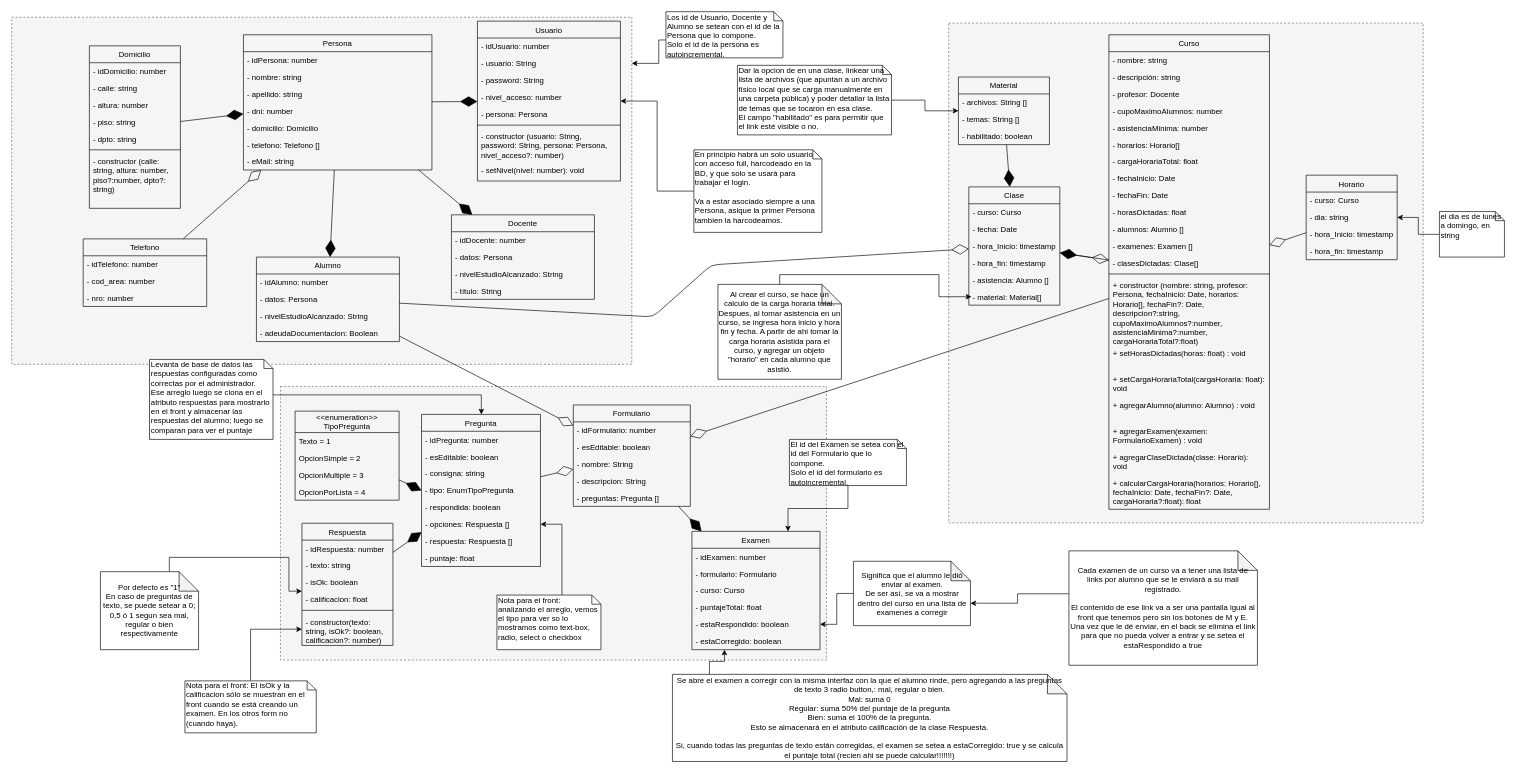
mariela21180/institucional-cfp keeps this draw.io diagram as - UML/diagrama_proyecto_final.drawio. Above is the earlier version. Source tidied: cells renumbered, new cells numbered last; positions are measured from the earlier drawing's top-left corner, leaving out a move shared by most shapes. Both pictures are drawn from the tidied source at 65%, with x=0, y=0 at pixel (12, 11).
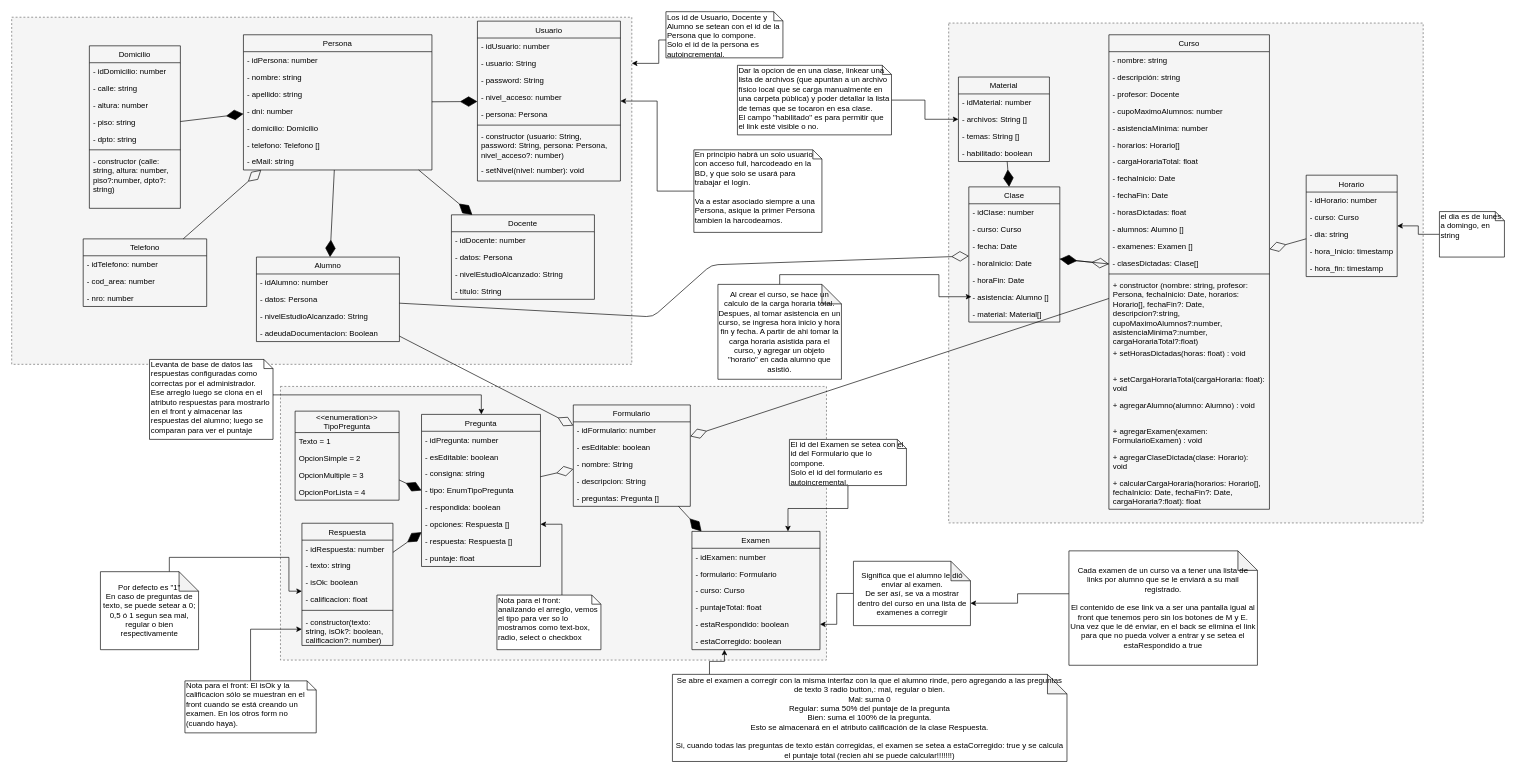
The same page after the edit.

Commit message:
#1 Se agregó id en material, clase y horario

The edit, as a diff of the source:
```diff
@@
     <mxCell id="72" value="Clase" style="swimlane;fontStyle=0;horizontal=1;startSize=26;fillColor=none;" parent="1" vertex="1">
-      <mxGeometry x="1472" y="270" width="140" height="182" as="geometry" />
+      <mxGeometry x="1472" y="270" width="140" height="208" as="geometry" />
     </mxCell>
+    <mxCell id="158" value="- idClase: number" style="text;strokeColor=none;fillColor=none;align=left;verticalAlign=top;spacingLeft=4;spacingRight=4;overflow=hidden;" parent="72" vertex="1">
+      <mxGeometry y="26" width="140" height="26" as="geometry" />
+    </mxCell>
     <mxCell id="73" value="- curso: Curso" style="text;strokeColor=none;fillColor=none;align=left;verticalAlign=top;spacingLeft=4;spacingRight=4;overflow=hidden;" parent="72" vertex="1">
-      <mxGeometry y="26" width="140" height="26" as="geometry" />
+      <mxGeometry y="52" width="140" height="26" as="geometry" />
     </mxCell>
     <mxCell id="74" value="- fecha: Date" style="text;strokeColor=none;fillColor=none;align=left;verticalAlign=top;spacingLeft=4;spacingRight=4;overflow=hidden;" parent="72" vertex="1">
-      <mxGeometry y="52" width="140" height="26" as="geometry" />
+      <mxGeometry y="78" width="140" height="26" as="geometry" />
     </mxCell>
-    <mxCell id="75" value="- hora_Inicio: timestamp" style="text;strokeColor=none;fillColor=none;align=left;verticalAlign=top;spacingLeft=4;spacingRight=4;overflow=hidden;" parent="72" vertex="1">
-      <mxGeometry y="78" width="140" height="26" as="geometry" />
+    <mxCell id="75" value="- horaInicio: Date" style="text;strokeColor=none;fillColor=none;align=left;verticalAlign=top;spacingLeft=4;spacingRight=4;overflow=hidden;" parent="72" vertex="1">
+      <mxGeometry y="104" width="140" height="26" as="geometry" />
     </mxCell>
-    <mxCell id="76" value="- hora_fin: timestamp" style="text;strokeColor=none;fillColor=none;align=left;verticalAlign=top;spacingLeft=4;spacingRight=4;overflow=hidden;" parent="72" vertex="1">
-      <mxGeometry y="104" width="140" height="26" as="geometry" />
+    <mxCell id="76" value="- horaFin: Date" style="text;strokeColor=none;fillColor=none;align=left;verticalAlign=top;spacingLeft=4;spacingRight=4;overflow=hidden;" parent="72" vertex="1">
+      <mxGeometry y="130" width="140" height="26" as="geometry" />
     </mxCell>
     <mxCell id="77" value="- asistencia: Alumno []" style="text;strokeColor=none;fillColor=none;align=left;verticalAlign=top;spacingLeft=4;spacingRight=4;overflow=hidden;" parent="72" vertex="1">
-      <mxGeometry y="130" width="140" height="26" as="geometry" />
+      <mxGeometry y="156" width="140" height="26" as="geometry" />
     </mxCell>
     <mxCell id="78" value="- material: Material[]" style="text;strokeColor=none;fillColor=none;align=left;verticalAlign=top;spacingLeft=4;spacingRight=4;overflow=hidden;" parent="72" vertex="1">
-      <mxGeometry y="156" width="140" height="26" as="geometry" />
+      <mxGeometry y="182" width="140" height="26" as="geometry" />
     </mxCell>
@@
     <mxCell id="110" value="Horario" style="swimlane;fontStyle=0;horizontal=1;startSize=26;fillColor=none;" parent="1" vertex="1">
-      <mxGeometry x="1991" y="252" width="140" height="130" as="geometry" />
+      <mxGeometry x="1991" y="252" width="140" height="156" as="geometry" />
     </mxCell>
+    <mxCell id="159" value="- idHorario: number" style="text;strokeColor=none;fillColor=none;align=left;verticalAlign=top;spacingLeft=4;spacingRight=4;overflow=hidden;" parent="110" vertex="1">
+      <mxGeometry y="26" width="140" height="26" as="geometry" />
+    </mxCell>
     <mxCell id="111" value="- curso: Curso" style="text;strokeColor=none;fillColor=none;align=left;verticalAlign=top;spacingLeft=4;spacingRight=4;overflow=hidden;" parent="110" vertex="1">
-      <mxGeometry y="26" width="140" height="26" as="geometry" />
+      <mxGeometry y="52" width="140" height="26" as="geometry" />
     </mxCell>
     <mxCell id="112" value="- dia: string" style="text;strokeColor=none;fillColor=none;align=left;verticalAlign=top;spacingLeft=4;spacingRight=4;overflow=hidden;" parent="110" vertex="1">
-      <mxGeometry y="52" width="140" height="26" as="geometry" />
+      <mxGeometry y="78" width="140" height="26" as="geometry" />
     </mxCell>
     <mxCell id="113" value="- hora_Inicio: timestamp" style="text;strokeColor=none;fillColor=none;align=left;verticalAlign=top;spacingLeft=4;spacingRight=4;overflow=hidden;" parent="110" vertex="1">
-      <mxGeometry y="78" width="140" height="26" as="geometry" />
+      <mxGeometry y="104" width="140" height="26" as="geometry" />
     </mxCell>
     <mxCell id="114" value="- hora_fin: timestamp" style="text;strokeColor=none;fillColor=none;align=left;verticalAlign=top;spacingLeft=4;spacingRight=4;overflow=hidden;" parent="110" vertex="1">
-      <mxGeometry y="104" width="140" height="26" as="geometry" />
+      <mxGeometry y="130" width="140" height="26" as="geometry" />
     </mxCell>
@@
     <mxCell id="118" value="Material" style="swimlane;fontStyle=0;horizontal=1;startSize=26;fillColor=none;" parent="1" vertex="1">
-      <mxGeometry x="1456" y="101" width="140" height="104" as="geometry" />
+      <mxGeometry x="1456" y="101" width="140" height="130" as="geometry" />
     </mxCell>
-    <mxCell id="119" value="- archivos: String []" style="text;strokeColor=none;fillColor=none;align=left;verticalAlign=top;spacingLeft=4;spacingRight=4;overflow=hidden;" parent="118" vertex="1">
+    <mxCell id="119" value="- idMaterial: number" style="text;strokeColor=none;fillColor=none;align=left;verticalAlign=top;spacingLeft=4;spacingRight=4;overflow=hidden;" parent="118" vertex="1">
       <mxGeometry y="26" width="140" height="26" as="geometry" />
     </mxCell>
+    <mxCell id="160" value="- archivos: String []" style="text;strokeColor=none;fillColor=none;align=left;verticalAlign=top;spacingLeft=4;spacingRight=4;overflow=hidden;" parent="118" vertex="1">
+      <mxGeometry y="52" width="140" height="26" as="geometry" />
+    </mxCell>
     <mxCell id="120" value="- temas: String []" style="text;strokeColor=none;fillColor=none;align=left;verticalAlign=top;spacingLeft=4;spacingRight=4;overflow=hidden;" parent="118" vertex="1">
-      <mxGeometry y="52" width="140" height="26" as="geometry" />
+      <mxGeometry y="78" width="140" height="26" as="geometry" />
     </mxCell>
     <mxCell id="121" value="- habilitado: boolean" style="text;strokeColor=none;fillColor=none;align=left;verticalAlign=top;spacingLeft=4;spacingRight=4;overflow=hidden;" parent="118" vertex="1">
-      <mxGeometry y="78" width="140" height="26" as="geometry" />
+      <mxGeometry y="104" width="140" height="26" as="geometry" />
     </mxCell>
```
